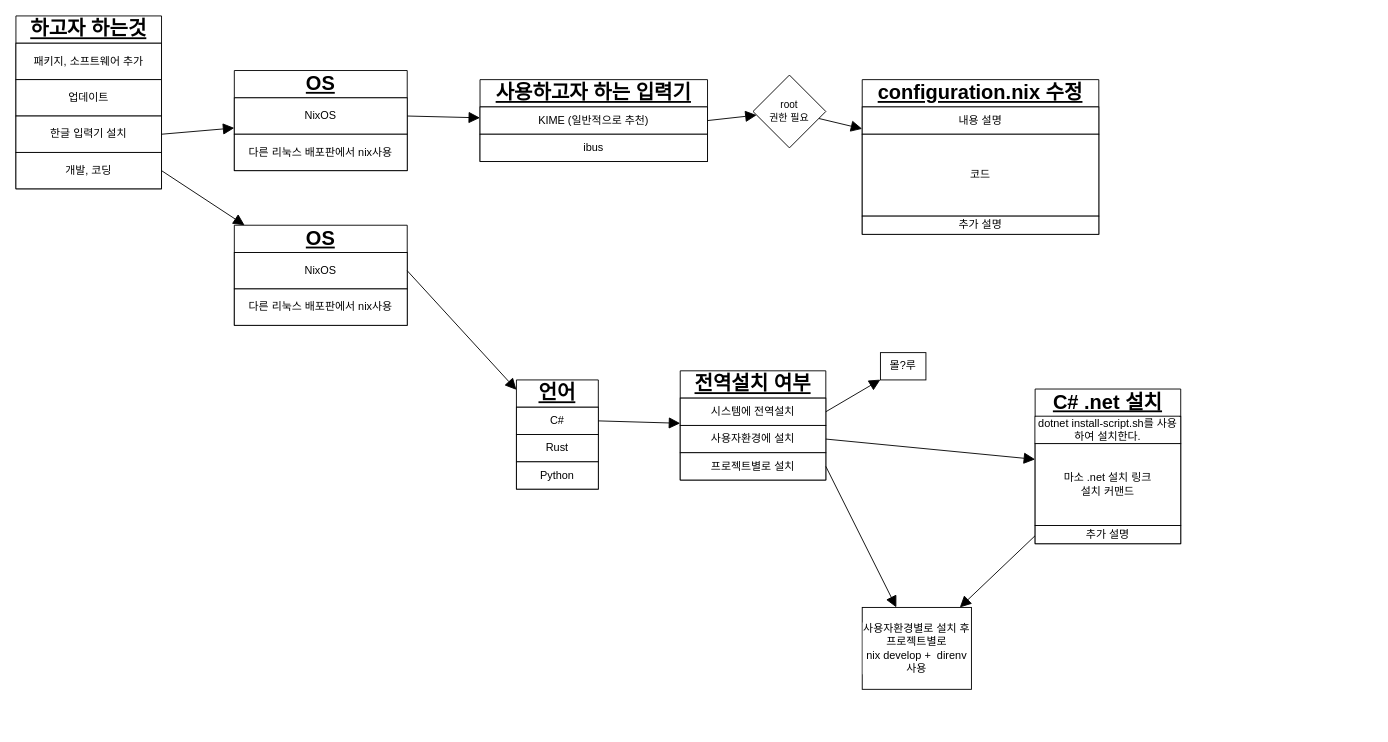
The draw.io diagram ex.drawio in k111s222/knix-decision-tree, before the edit. Source tidied: cells renumbered, new cells numbered last; positions are measured from the earlier drawing's top-left corner, leaving out a move shared by most shapes. Both pictures are drawn from the tidied source at 91%, with x=0, y=0 at pixel (15, 15).
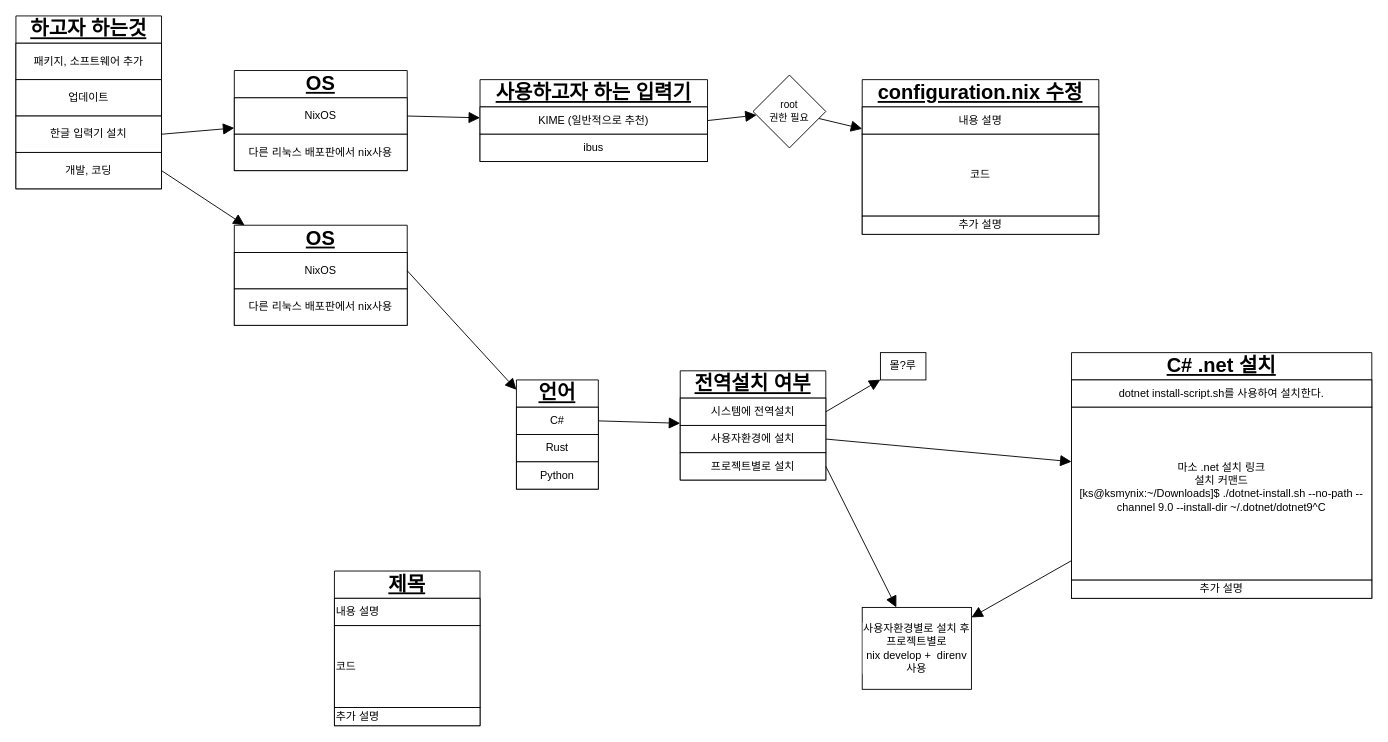
Above is the later version.

Commit message:
설치 스크립트 예시.

The edit, as a diff of the source:
```diff
@@
     <mxCell id="41" value="C# .net 설치" style="swimlane;fontStyle=5;horizontal=1;startSize=30;whiteSpace=wrap;fontSize=22;html=1;spacing=2;fontFamily=Helvetica;fontColor=default;labelBackgroundColor=default;" parent="1" vertex="1">
-      <mxGeometry x="1120" y="410" width="160" height="170" as="geometry" />
+      <mxGeometry x="1160" y="370" width="330" height="270" as="geometry" />
     </mxCell>
-    <mxCell id="42" value="dotnet install-script.sh를 사용하여 설치한다." style="rounded=0;whiteSpace=wrap;html=1;fontSize=12;fontFamily=Helvetica;fontColor=default;labelBackgroundColor=default;" parent="41" vertex="1">
-      <mxGeometry y="30" width="160" height="30" as="geometry" />
+    <mxCell id="42" value="&lt;div&gt;&lt;span style=&quot;background-color: light-dark(#ffffff, var(--ge-dark-color, #121212)); color: light-dark(rgb(0, 0, 0), rgb(255, 255, 255));&quot;&gt;dotnet install-script.sh를 사용하여 설치한다.&lt;/span&gt;&lt;/div&gt;" style="rounded=0;whiteSpace=wrap;html=1;fontSize=12;fontFamily=Helvetica;fontColor=default;labelBackgroundColor=default;" parent="41" vertex="1">
+      <mxGeometry y="30" width="330" height="30" as="geometry" />
     </mxCell>
-    <mxCell id="43" value="마소 .net 설치 링크&lt;div&gt;설치 커맨드&lt;/div&gt;" style="rounded=0;whiteSpace=wrap;html=1;fontSize=12;fontFamily=Helvetica;fontColor=default;labelBackgroundColor=default;" parent="41" vertex="1">
-      <mxGeometry y="60" width="160" height="90" as="geometry" />
+    <mxCell id="43" value="마소 .net 설치 링크&lt;div&gt;설치 커맨드&lt;/div&gt;&lt;div&gt;&lt;div&gt;[ks@ksmynix:~/Downloads]$ ./dotnet-install.sh --no-path --channel 9.0 --install-dir ~/.dotnet/dotnet9^C&lt;/div&gt;&lt;/div&gt;&lt;div&gt;&lt;br&gt;&lt;/div&gt;" style="rounded=0;whiteSpace=wrap;html=1;fontSize=12;fontFamily=Helvetica;fontColor=default;labelBackgroundColor=default;" parent="41" vertex="1">
+      <mxGeometry y="60" width="330" height="190" as="geometry" />
     </mxCell>
     <mxCell id="44" value="추가 설명" style="rounded=0;whiteSpace=wrap;html=1;fontSize=12;fontFamily=Helvetica;fontColor=default;labelBackgroundColor=default;" parent="41" vertex="1">
-      <mxGeometry y="150" width="160" height="20" as="geometry" />
+      <mxGeometry y="250" width="330" height="20" as="geometry" />
     </mxCell>
@@
+    <mxCell id="46" value="제목" style="swimlane;fontStyle=5;horizontal=1;startSize=30;whiteSpace=wrap;fontSize=22;html=1;spacing=2;" parent="1" vertex="1">
+      <mxGeometry x="350" y="610" width="160" height="170" as="geometry" />
+    </mxCell>
+    <mxCell id="47" value="내용 설명" style="rounded=0;whiteSpace=wrap;html=1;fontSize=12;align=left;" parent="46" vertex="1">
+      <mxGeometry y="30" width="160" height="30" as="geometry" />
+    </mxCell>
+    <mxCell id="48" value="코드" style="rounded=0;whiteSpace=wrap;html=1;fontSize=12;align=left;" parent="46" vertex="1">
+      <mxGeometry y="60" width="160" height="90" as="geometry" />
+    </mxCell>
+    <mxCell id="49" value="추가 설명" style="rounded=0;whiteSpace=wrap;html=1;fontSize=12;align=left;" parent="46" vertex="1">
+      <mxGeometry y="150" width="160" height="20" as="geometry" />
+    </mxCell>
```
